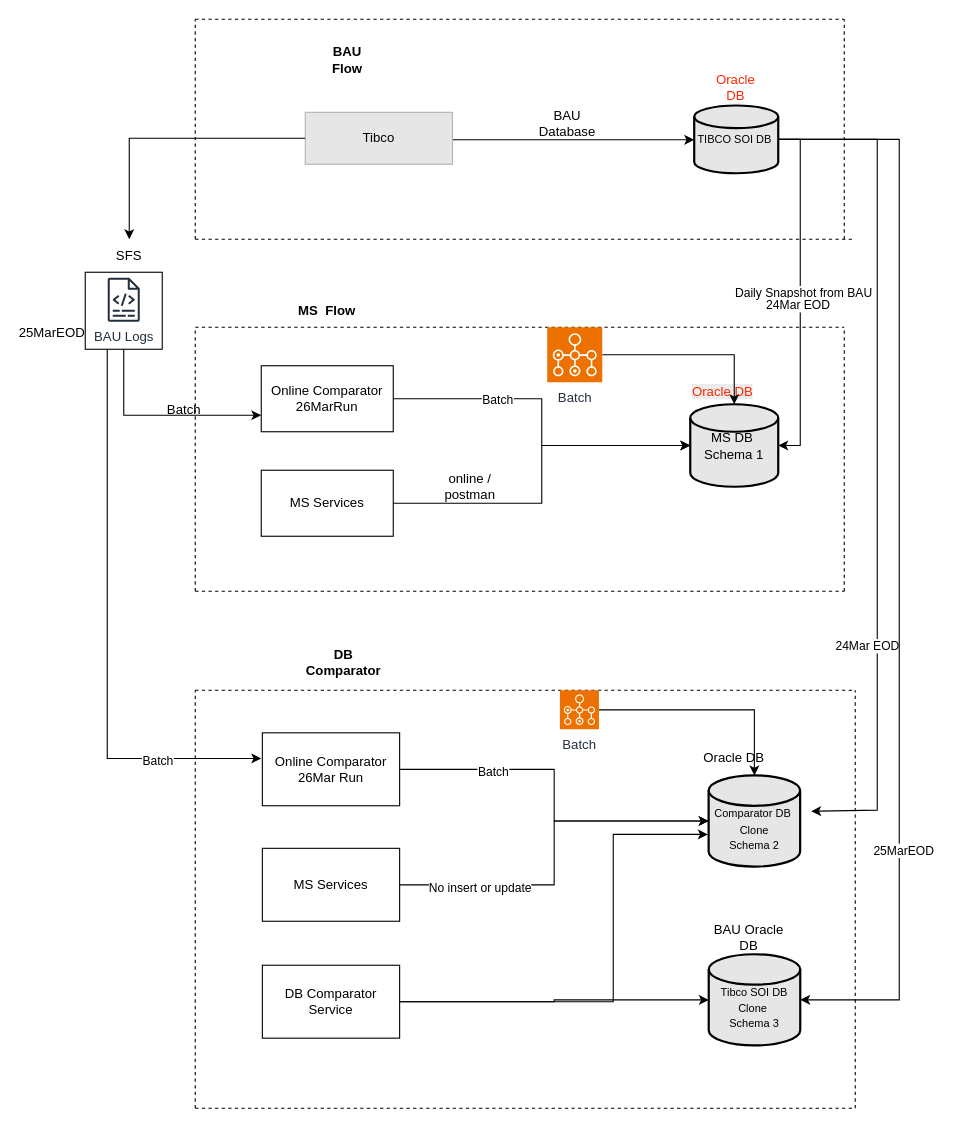
This is page "table-comparator-snapshot" (3 of 3) of archtecture_diagram/Batch_File_Arch.drawio from vigneswaran-svm/tibco_architecture, a draw.io file, before an edit. Source tidied: cells renumbered, new cells numbered last; positions are measured from the earlier drawing's top-left corner, leaving out a move shared by most shapes. Both pictures are drawn from the tidied source at 110%, with x=0, y=0 at pixel (19, 19).
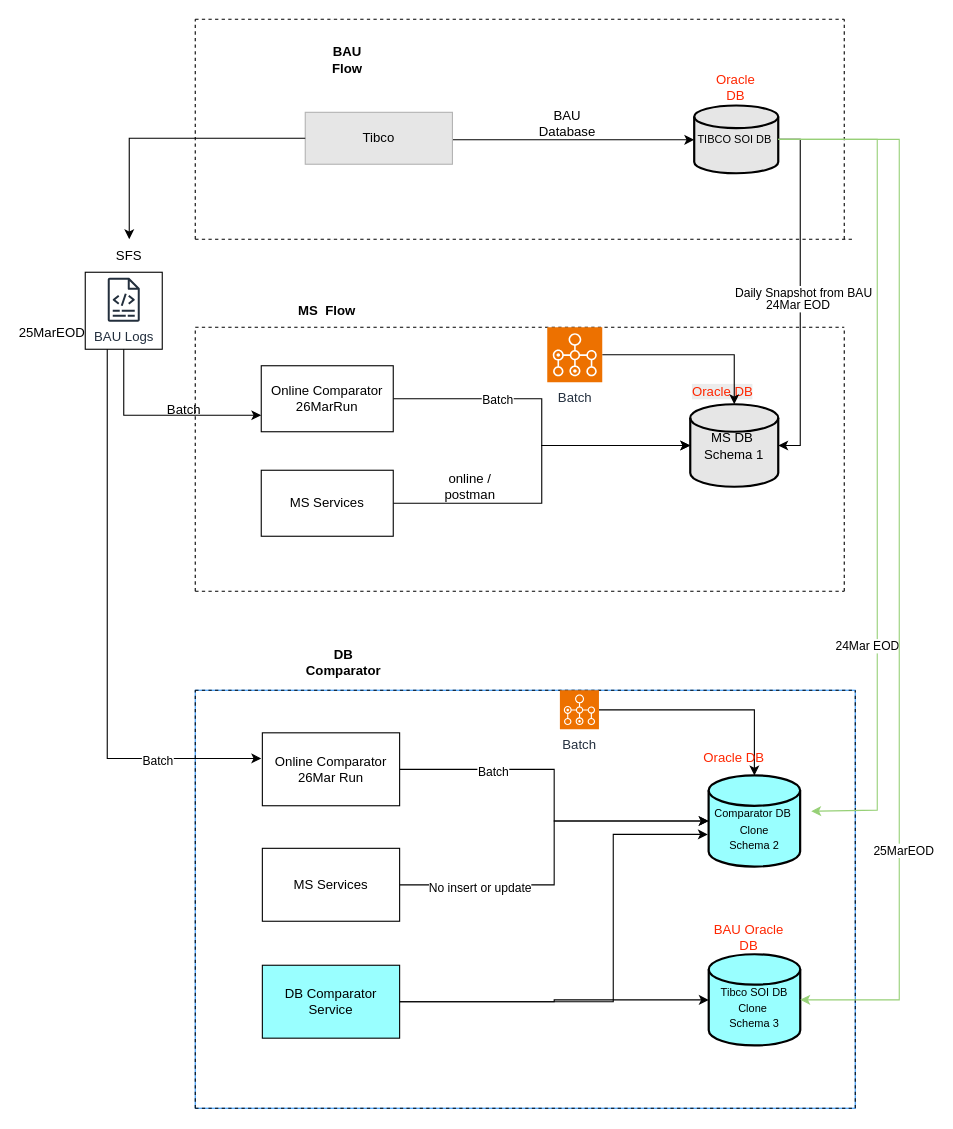
The same diagram, later.

Unchanged cells that the change refers to:
```xml
<mxCell id="10" value="&lt;font style=&quot;font-size: 10px;&quot;&gt;TIBCO SOI DB&amp;nbsp;&lt;/font&gt;" style="strokeWidth=2;html=1;shape=mxgraph.flowchart.database;whiteSpace=wrap;fillColor=#E6E6E6;" parent="7" vertex="1">
  <mxGeometry x="353.6" y="53.4" width="76.4" height="61.6" as="geometry" />
</mxCell>
<mxCell id="45" style="group;" parent="40" vertex="1">
  <mxGeometry x="61" width="489" height="210" as="geometry" />
</mxCell>
```

What changed in the source:
```diff
@@
-    <mxCell id="40" style="group;" parent="1" vertex="1">
+    <mxCell id="40" style="group;strokeColor=#3399FF;" parent="1" vertex="1">
       <mxGeometry x="160" y="610" width="600" height="380" as="geometry" />
     </mxCell>
@@
-    <mxCell id="49" value="&lt;div&gt;&lt;font style=&quot;font-size: 10px;&quot;&gt;&lt;br&gt;&lt;/font&gt;&lt;/div&gt;&lt;font style=&quot;font-size: 10px;&quot;&gt;Comparator DB&amp;nbsp;&lt;/font&gt;&lt;div&gt;&lt;font style=&quot;font-size: 10px;&quot;&gt;Clone&lt;br&gt;&lt;/font&gt;&lt;div&gt;&lt;font style=&quot;font-size: 10px;&quot;&gt;Schema 2&lt;/font&gt;&lt;/div&gt;&lt;/div&gt;" style="strokeWidth=2;html=1;shape=mxgraph.flowchart.database;whiteSpace=wrap;fillColor=#E6E6E6;" parent="45" vertex="1">
+    <mxCell id="49" value="&lt;div&gt;&lt;font style=&quot;font-size: 10px;&quot;&gt;&lt;br&gt;&lt;/font&gt;&lt;/div&gt;&lt;font style=&quot;font-size: 10px;&quot;&gt;Comparator DB&amp;nbsp;&lt;/font&gt;&lt;div&gt;&lt;font style=&quot;font-size: 10px;&quot;&gt;Clone&lt;br&gt;&lt;/font&gt;&lt;div&gt;&lt;font style=&quot;font-size: 10px;&quot;&gt;Schema 2&lt;/font&gt;&lt;/div&gt;&lt;/div&gt;" style="strokeWidth=2;html=1;shape=mxgraph.flowchart.database;whiteSpace=wrap;fillColor=#99FFFF;" parent="45" vertex="1">
       <mxGeometry x="405.7" y="77.4" width="83.2" height="82.9" as="geometry" />
     </mxCell>
@@
-    <mxCell id="55" value="Oracle DB" style="text;html=1;whiteSpace=wrap;strokeColor=none;fillColor=none;align=center;verticalAlign=middle;rounded=0;" parent="45" vertex="1">
+    <mxCell id="55" value="&lt;span style=&quot;color: light-dark(rgb(255, 38, 0), rgb(237, 237, 237));&quot;&gt;Oracle DB&lt;/span&gt;" style="text;html=1;whiteSpace=wrap;strokeColor=none;fillColor=none;align=center;verticalAlign=middle;rounded=0;" parent="45" vertex="1">
       <mxGeometry x="399" y="47.4" width="60" height="30" as="geometry" />
     </mxCell>
-    <mxCell id="56" value="&lt;div&gt;&lt;font style=&quot;font-size: 10px;&quot;&gt;&lt;br&gt;&lt;/font&gt;&lt;/div&gt;&lt;font style=&quot;font-size: 10px;&quot;&gt;Tibco SOI DB Clone&amp;nbsp;&lt;/font&gt;&lt;div&gt;&lt;font style=&quot;font-size: 10px;&quot;&gt;Schema 3&lt;/font&gt;&lt;/div&gt;" style="strokeWidth=2;html=1;shape=mxgraph.flowchart.database;whiteSpace=wrap;fillColor=#E6E6E6;" parent="40" vertex="1">
+    <mxCell id="56" value="&lt;div&gt;&lt;font style=&quot;font-size: 10px;&quot;&gt;&lt;br&gt;&lt;/font&gt;&lt;/div&gt;&lt;font style=&quot;font-size: 10px;&quot;&gt;Tibco SOI DB Clone&amp;nbsp;&lt;/font&gt;&lt;div&gt;&lt;font style=&quot;font-size: 10px;&quot;&gt;Schema 3&lt;/font&gt;&lt;/div&gt;" style="strokeWidth=2;html=1;shape=mxgraph.flowchart.database;whiteSpace=wrap;fillColor=#99FFFF;" parent="40" vertex="1">
       <mxGeometry x="466.8" y="240" width="83.2" height="82.9" as="geometry" />
     </mxCell>
-    <mxCell id="57" value="BAU Oracle DB" style="text;html=1;whiteSpace=wrap;strokeColor=none;fillColor=none;align=center;verticalAlign=middle;rounded=0;" parent="40" vertex="1">
+    <mxCell id="57" value="&lt;span style=&quot;color: light-dark(rgb(255, 38, 0), rgb(237, 237, 237));&quot;&gt;BAU Oracle DB&lt;/span&gt;" style="text;html=1;whiteSpace=wrap;strokeColor=none;fillColor=none;align=center;verticalAlign=middle;rounded=0;" parent="40" vertex="1">
       <mxGeometry x="466.8" y="210" width="73.2" height="30" as="geometry" />
     </mxCell>
@@
-    <mxCell id="59" value="DB Comparator Service" style="rounded=0;whiteSpace=wrap;html=1;" parent="40" vertex="1">
+    <mxCell id="59" value="DB Comparator Service" style="rounded=0;whiteSpace=wrap;html=1;fillColor=#99FFFF;" parent="40" vertex="1">
       <mxGeometry x="61" y="250" width="124.8" height="66.3" as="geometry" />
     </mxCell>
@@
-    <mxCell id="64" style="edgeStyle=orthogonalEdgeStyle;rounded=0;jettySize=auto;html=1;" parent="1" edge="1" source="10">
+    <mxCell id="64" style="edgeStyle=orthogonalEdgeStyle;rounded=0;jettySize=auto;html=1;strokeColor=#97D077;" parent="1" edge="1" source="10">
       <mxGeometry relative="1" as="geometry">
         <mxPoint x="720" y="720" as="targetPoint" />
         <Array as="points">
           <mxPoint x="780" y="109" />
           <mxPoint x="780" y="719" />
         </Array>
       </mxGeometry>
     </mxCell>
@@
-    <mxCell id="66" style="edgeStyle=orthogonalEdgeStyle;rounded=0;jettySize=auto;html=1;entryX=1;entryY=0.5;entryDx=0;entryDy=0;entryPerimeter=0;" parent="1" edge="1" source="10" target="56">
+    <mxCell id="66" style="edgeStyle=orthogonalEdgeStyle;rounded=0;jettySize=auto;html=1;entryX=1;entryY=0.5;entryDx=0;entryDy=0;entryPerimeter=0;strokeColor=#97D077;" parent="1" edge="1" source="10" target="56">
       <mxGeometry relative="1" as="geometry">
         <Array as="points">
           <mxPoint x="800" y="109" />
           <mxPoint x="800" y="891" />
         </Array>
       </mxGeometry>
     </mxCell>
```
